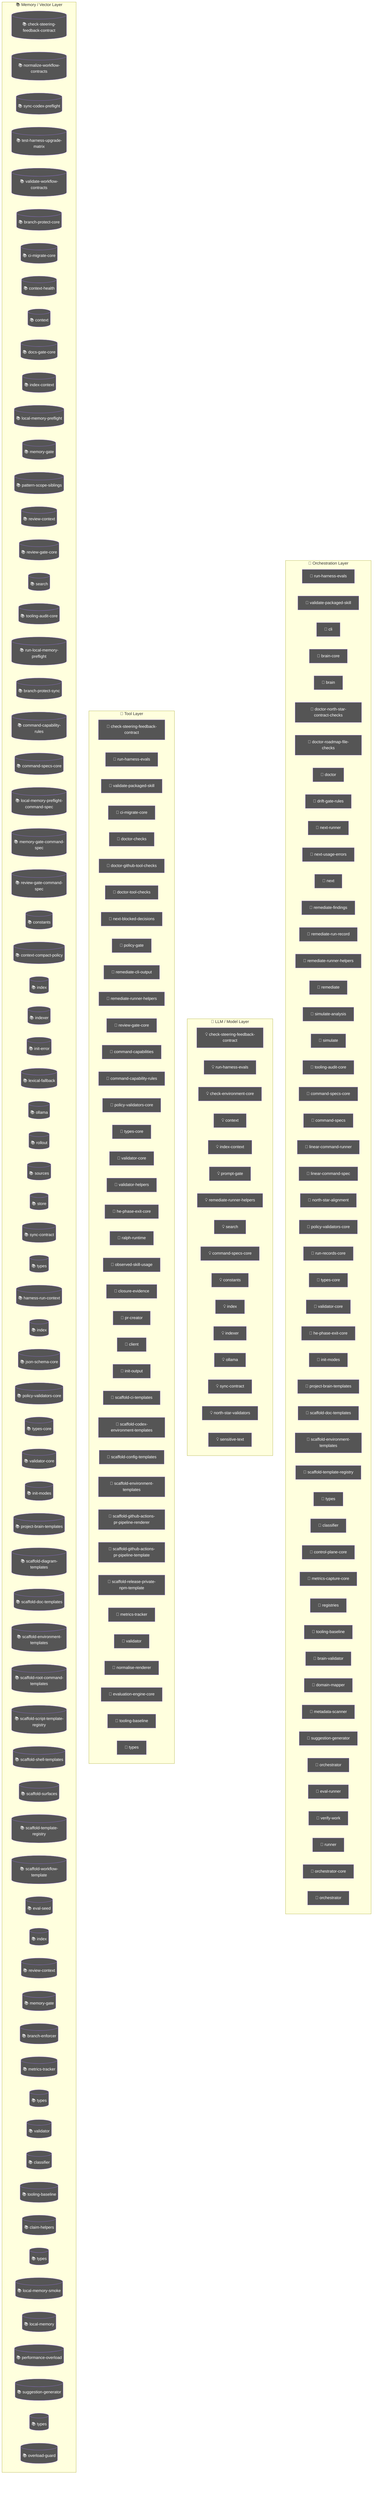
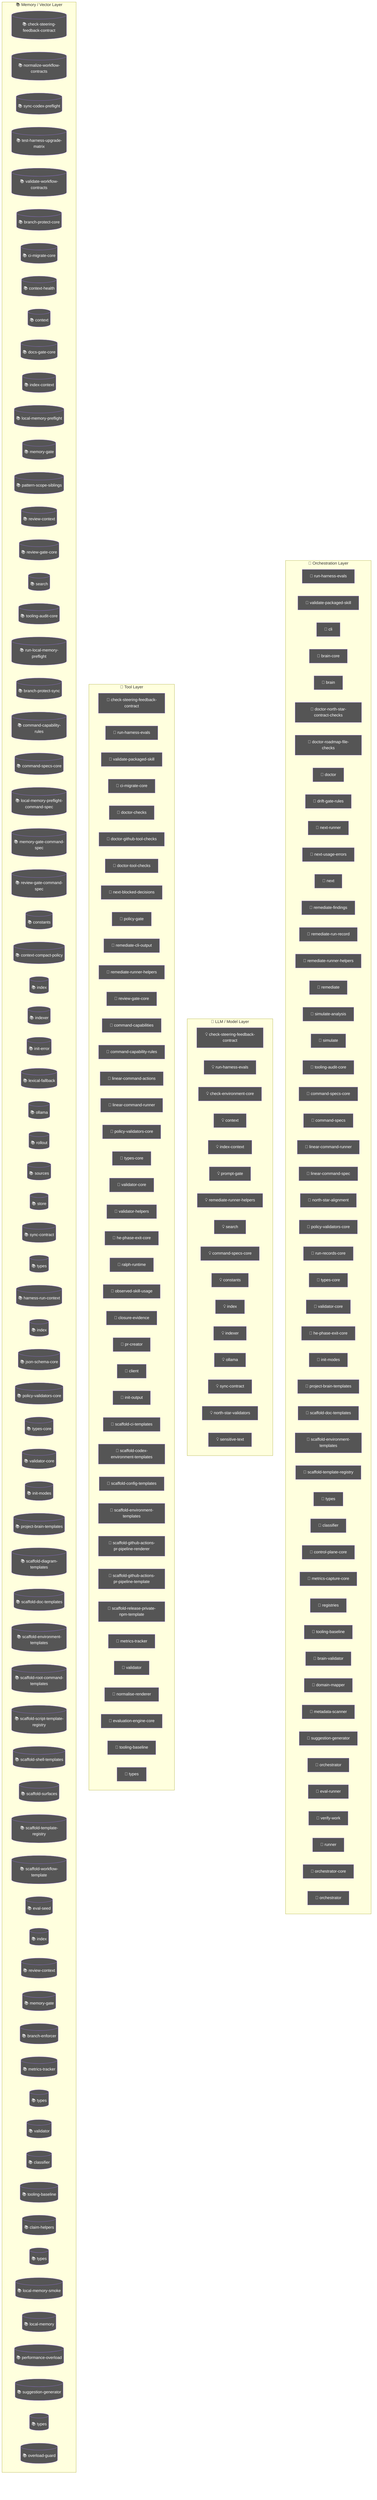
flowchart TD
  subgraph Orchestration["🎯 Orchestration Layer"]
    node_agent_mmd_orchestration_layer_orchestration_run__18817957["🤖 run-harness-evals"]
    node_agent_mmd_orchestration_layer_orchestration_vali_c01b04be["🤖 validate-packaged-skill"]
    cli_99bb8840["🤖 cli"]
    brain_core_aa07c380["🤖 brain-core"]
    brain_bbbf7a64["🤖 brain"]
    doctor_north_star_contract_checks_0048124c["🤖 doctor-north-star-contract-checks"]
    doctor_roadmap_file_checks_14447b8e["🤖 doctor-roadmap-file-checks"]
    doctor_72f4be89["🤖 doctor"]
    drift_gate_rules_9685e72d["🤖 drift-gate-rules"]
    next_runner_41643472["🤖 next-runner"]
    next_usage_errors_837a345a["🤖 next-usage-errors"]
    next_c6c1c9a9["🤖 next"]
    remediate_findings_8b09c8c6["🤖 remediate-findings"]
    remediate_run_record_9dfe5dc1["🤖 remediate-run-record"]
    node_agent_mmd_orchestration_layer_orchestration_reme_359fe98f["🤖 remediate-runner-helpers"]
    remediate_06b9c7fc["🤖 remediate"]
    simulate_analysis_164a460c["🤖 simulate-analysis"]
    simulate_b9efe395["🤖 simulate"]
    node_agent_mmd_orchestration_layer_orchestration_tool_acfe0c01["🤖 tooling-audit-core"]
    node_agent_mmd_orchestration_layer_orchestration_comm_1f8cc24c["🤖 command-specs-core"]
    command_specs_69167c63["🤖 command-specs"]
-     linear_command_runner_4a740dfc["🤖 linear-command-runner"]
+     node_agent_mmd_orchestration_layer_orchestration_line_b67affd5["🤖 linear-command-runner"]
    linear_command_spec_1e12dd44["🤖 linear-command-spec"]
    north_star_alignment_00440188["🤖 north-star-alignment"]
    node_agent_mmd_orchestration_layer_orchestration_poli_3270b55d["🤖 policy-validators-core"]
    run_records_core_89286dfa["🤖 run-records-core"]
    node_agent_mmd_orchestration_layer_orchestration_type_7cf81261["🤖 types-core"]
    node_agent_mmd_orchestration_layer_orchestration_vali_d9fe99e6["🤖 validator-core"]
    node_agent_mmd_orchestration_layer_orchestration_he_p_fc778c24["🤖 he-phase-exit-core"]
    node_agent_mmd_orchestration_layer_orchestration_init_2a9c3ecb["🤖 init-modes"]
    node_agent_mmd_orchestration_layer_orchestration_proj_6ab6f60f["🤖 project-brain-templates"]
    node_agent_mmd_orchestration_layer_orchestration_scaf_12cc07db["🤖 scaffold-doc-templates"]
    node_agent_mmd_orchestration_layer_orchestration_scaf_c9a90c2f["🤖 scaffold-environment-templates"]
    node_agent_mmd_orchestration_layer_orchestration_scaf_ff8f92f6["🤖 scaffold-template-registry"]
    types_8_f6283648["🤖 types"]
    node_agent_mmd_orchestration_layer_orchestration_clas_899b821a["🤖 classifier"]
    control_plane_core_db3b4cb2["🤖 control-plane-core"]
    metrics_capture_core_db4bf7cf["🤖 metrics-capture-core"]
    registries_06402afa["🤖 registries"]
    node_agent_mmd_orchestration_layer_orchestration_tool_cc43149f["🤖 tooling-baseline"]
    brain_validator_be251832["🤖 brain-validator"]
    domain_mapper_cd9333d2["🤖 domain-mapper"]
    metadata_scanner_6a101b66["🤖 metadata-scanner"]
    node_agent_mmd_orchestration_layer_orchestration_sugg_85c5ebe3["🤖 suggestion-generator"]
    orchestrator_11376b7e["🤖 orchestrator"]
    eval_runner_0966a6b3["🤖 eval-runner"]
    verify_work_1_cd8e7ec3["🤖 verify-work"]
    runner_527aa9f4["🤖 runner"]
    orchestrator_core_d0678b53["🤖 orchestrator-core"]
    orchestrator_1_6b7137c5["🤖 orchestrator"]
  end
  subgraph LLMLayer["🧠 LLM / Model Layer"]
    node_agent_mmd_llm_model_layer_llmlayer_check_steerin_a7dbbd2f["💡 check-steering-feedback-contract"]
    node_agent_mmd_llm_model_layer_llmlayer_run_harness_e_603fcfdc["💡 run-harness-evals"]
    check_environment_core_2c16213f["💡 check-environment-core"]
    node_agent_mmd_llm_model_layer_llmlayer_context_conte_ad2dfbd9["💡 context"]
    node_agent_mmd_llm_model_layer_llmlayer_index_context_1041bd11["💡 index-context"]
    prompt_gate_c5e9d207["💡 prompt-gate"]
    node_agent_mmd_llm_model_layer_llmlayer_remediate_run_9e3d4585["💡 remediate-runner-helpers"]
    node_agent_mmd_llm_model_layer_llmlayer_search_search_66b9a911["💡 search"]
    node_agent_mmd_llm_model_layer_llmlayer_command_specs_782af9fa["💡 command-specs-core"]
    node_agent_mmd_llm_model_layer_llmlayer_constants_con_c9bd3f6c["💡 constants"]
    node_agent_mmd_llm_model_layer_llmlayer_index_index_1_02e160ff["💡 index"]
    node_agent_mmd_llm_model_layer_llmlayer_indexer_index_4f4deef5["💡 indexer"]
    node_agent_mmd_llm_model_layer_llmlayer_ollama_ollama_968b23fa["💡 ollama"]
    node_agent_mmd_llm_model_layer_llmlayer_sync_contract_9f3cc8c1["💡 sync-contract"]
    north_star_validators_cfc926ce["💡 north-star-validators"]
    sensitive_text_7c11f760["💡 sensitive-text"]
  end
  subgraph ToolLayer["🔧 Tool Layer"]
    node_agent_mmd_tool_layer_toollayer_check_steering_fe_84ed22c2["🔧 check-steering-feedback-contract"]
    node_agent_mmd_tool_layer_toollayer_run_harness_evals_e2ee24f1["🔧 run-harness-evals"]
    node_agent_mmd_tool_layer_toollayer_validate_packaged_f6ed6f12["🔧 validate-packaged-skill"]
    node_agent_mmd_tool_layer_toollayer_ci_migrate_core_c_049f8460["🔧 ci-migrate-core"]
    doctor_checks_5a2eb2b9["🔧 doctor-checks"]
    doctor_github_tool_checks_a53b0382["🔧 doctor-github-tool-checks"]
    doctor_tool_checks_4acac51a["🔧 doctor-tool-checks"]
    next_blocked_decisions_4140ad2b["🔧 next-blocked-decisions"]
    policy_gate_213f7313["🔧 policy-gate"]
    remediate_cli_output_cc165396["🔧 remediate-cli-output"]
    node_agent_mmd_tool_layer_toollayer_remediate_runner__c003b871["🔧 remediate-runner-helpers"]
    node_agent_mmd_tool_layer_toollayer_review_gate_core__7704598b["🔧 review-gate-core"]
    command_capabilities_a4d5c71e["🔧 command-capabilities"]
    node_agent_mmd_tool_layer_toollayer_command_capabilit_e97a4615["🔧 command-capability-rules"]
+     linear_command_actions_e430f4f4["🔧 linear-command-actions"]
+     node_agent_mmd_tool_layer_toollayer_linear_command_ru_d6763748["🔧 linear-command-runner"]
    node_agent_mmd_tool_layer_toollayer_policy_validators_af136abf["🔧 policy-validators-core"]
    node_agent_mmd_tool_layer_toollayer_types_core_types__6c8319b6["🔧 types-core"]
    node_agent_mmd_tool_layer_toollayer_validator_core_va_6ef6131f["🔧 validator-core"]
    validator_helpers_7b927667["🔧 validator-helpers"]
    node_agent_mmd_tool_layer_toollayer_he_phase_exit_cor_af016160["🔧 he-phase-exit-core"]
    ralph_runtime_73d63c0e["🔧 ralph-runtime"]
    observed_skill_usage_ed7d5930["🔧 observed-skill-usage"]
    closure_evidence_aaa31467["🔧 closure-evidence"]
    pr_creator_dc6b1ea4["🔧 pr-creator"]
    client_948fe603["🔧 client"]
    init_output_360dce91["🔧 init-output"]
    scaffold_ci_templates_2afd6392["🔧 scaffold-ci-templates"]
    scaffold_codex_environment_templates_334fbbed["🔧 scaffold-codex-environment-templates"]
    scaffold_config_templates_4b80ce53["🔧 scaffold-config-templates"]
    node_agent_mmd_tool_layer_toollayer_scaffold_environm_c1afc013["🔧 scaffold-environment-templates"]
    scaffold_github_actions_pr_pipeline_renderer_1ee18de5["🔧 scaffold-github-actions-pr-pipeline-renderer"]
    scaffold_github_actions_pr_pipeline_template_e2b85f62["🔧 scaffold-github-actions-pr-pipeline-template"]
    scaffold_release_private_npm_template_075499f8["🔧 scaffold-release-private-npm-template"]
    node_agent_mmd_tool_layer_toollayer_metrics_tracker_m_4c9237d8["🔧 metrics-tracker"]
    node_agent_mmd_tool_layer_toollayer_validator_validat_96a84a52["🔧 validator"]
    normalise_renderer_85f2e563["🔧 normalise-renderer"]
    evaluation_engine_core_e054fe49["🔧 evaluation-engine-core"]
    node_agent_mmd_tool_layer_toollayer_tooling_baseline__61e66e9f["🔧 tooling-baseline"]
    types_21_5756f9dc["🔧 types"]
  end
  subgraph MemoryLayer["📚 Memory / Vector Layer"]
    node_agent_mmd_memory_vector_layer_memorylayer_check__d71f8993[("📚 check-steering-feedback-contract")]
    normalize_workflow_contracts_8701f1c8[("📚 normalize-workflow-contracts")]
    sync_codex_preflight_7e7a8dc2[("📚 sync-codex-preflight")]
    test_harness_upgrade_matrix_84113c4e[("📚 test-harness-upgrade-matrix")]
    validate_workflow_contracts_33dc063c[("📚 validate-workflow-contracts")]
    branch_protect_core_a8feb0fd[("📚 branch-protect-core")]
    node_agent_mmd_memory_vector_layer_memorylayer_ci_mig_0cd5b1a4[("📚 ci-migrate-core")]
    context_health_80bb7da9[("📚 context-health")]
    node_agent_mmd_memory_vector_layer_memorylayer_contex_78ceaaa9[("📚 context")]
    docs_gate_core_eb9b6c18[("📚 docs-gate-core")]
    node_agent_mmd_memory_vector_layer_memorylayer_index__6f3402d0[("📚 index-context")]
    local_memory_preflight_dcc36c42[("📚 local-memory-preflight")]
    memory_gate_a577a506[("📚 memory-gate")]
    pattern_scope_siblings_43abe000[("📚 pattern-scope-siblings")]
    review_context_ca6cf81d[("📚 review-context")]
    node_agent_mmd_memory_vector_layer_memorylayer_review_5bee9816[("📚 review-gate-core")]
    node_agent_mmd_memory_vector_layer_memorylayer_search_ac35cb7e[("📚 search")]
    node_agent_mmd_memory_vector_layer_memorylayer_toolin_a1185b8f[("📚 tooling-audit-core")]
    run_local_memory_preflight_36e92808[("📚 run-local-memory-preflight")]
    branch_protect_sync_570adb18[("📚 branch-protect-sync")]
    node_agent_mmd_memory_vector_layer_memorylayer_comman_c72a5d05[("📚 command-capability-rules")]
    node_agent_mmd_memory_vector_layer_memorylayer_comman_111eb454[("📚 command-specs-core")]
    local_memory_preflight_command_spec_9e23f3ce[("📚 local-memory-preflight-command-spec")]
    memory_gate_command_spec_dc9001a9[("📚 memory-gate-command-spec")]
    review_gate_command_spec_3187376a[("📚 review-gate-command-spec")]
    node_agent_mmd_memory_vector_layer_memorylayer_consta_702d3f46[("📚 constants")]
    context_compact_policy_3dcaf95d[("📚 context-compact-policy")]
    node_agent_mmd_memory_vector_layer_memorylayer_index__752bc61e[("📚 index")]
    node_agent_mmd_memory_vector_layer_memorylayer_indexe_93e6d86f[("📚 indexer")]
    init_error_5c7dd49f[("📚 init-error")]
    lexical_fallback_723e2b3e[("📚 lexical-fallback")]
    node_agent_mmd_memory_vector_layer_memorylayer_ollama_6d51be16[("📚 ollama")]
    rollout_a4fa034c[("📚 rollout")]
    sources_878a52fc[("📚 sources")]
    store_824d80d7[("📚 store")]
    node_agent_mmd_memory_vector_layer_memorylayer_sync_c_e43418bc[("📚 sync-contract")]
    types_3_9675d69b[("📚 types")]
    harness_run_context_ac7c77a9[("📚 harness-run-context")]
    index_1_faebc14e[("📚 index")]
    json_schema_core_96d7e328[("📚 json-schema-core")]
    node_agent_mmd_memory_vector_layer_memorylayer_policy_1944de42[("📚 policy-validators-core")]
    node_agent_mmd_memory_vector_layer_memorylayer_types__83f369fa[("📚 types-core")]
    node_agent_mmd_memory_vector_layer_memorylayer_valida_41034356[("📚 validator-core")]
    node_agent_mmd_memory_vector_layer_memorylayer_init_m_333d02c5[("📚 init-modes")]
    node_agent_mmd_memory_vector_layer_memorylayer_projec_3ae304d9[("📚 project-brain-templates")]
    scaffold_diagram_templates_dd88e83c[("📚 scaffold-diagram-templates")]
    node_agent_mmd_memory_vector_layer_memorylayer_scaffo_5fd73b94[("📚 scaffold-doc-templates")]
    node_agent_mmd_memory_vector_layer_memorylayer_scaffo_12b42341[("📚 scaffold-environment-templates")]
    scaffold_root_command_templates_404fed7f[("📚 scaffold-root-command-templates")]
    scaffold_script_template_registry_69312d4e[("📚 scaffold-script-template-registry")]
    scaffold_shell_templates_0ad0f915[("📚 scaffold-shell-templates")]
    scaffold_surfaces_12d6494e[("📚 scaffold-surfaces")]
    node_agent_mmd_memory_vector_layer_memorylayer_scaffo_a86eece1[("📚 scaffold-template-registry")]
    scaffold_workflow_template_92310587[("📚 scaffold-workflow-template")]
    eval_seed_5699fd3e[("📚 eval-seed")]
    index_4_013aa0e3[("📚 index")]
    review_context_1_e3afed15[("📚 review-context")]
    memory_gate_1_265164ac[("📚 memory-gate")]
    branch_enforcer_acb749cd[("📚 branch-enforcer")]
    node_agent_mmd_memory_vector_layer_memorylayer_metric_12562178[("📚 metrics-tracker")]
    types_10_75e5a4a0[("📚 types")]
    node_agent_mmd_memory_vector_layer_memorylayer_valida_1b167f63[("📚 validator")]
    node_agent_mmd_memory_vector_layer_memorylayer_classi_1ebbf5ff[("📚 classifier")]
    node_agent_mmd_memory_vector_layer_memorylayer_toolin_14f86b00[("📚 tooling-baseline")]
    claim_helpers_20dc8387[("📚 claim-helpers")]
    types_14_fe7507be[("📚 types")]
    local_memory_smoke_1175abfc[("📚 local-memory-smoke")]
    local_memory_0db17ecc[("📚 local-memory")]
    performance_overload_c685bfcf[("📚 performance-overload")]
    node_agent_mmd_memory_vector_layer_memorylayer_sugges_267f408d[("📚 suggestion-generator")]
    types_19_eb4ad5f0[("📚 types")]
    overload_guard_2748c559[("📚 overload-guard")]
  end
  classDef agentNode fill:#555,color:#fff
-   class node_agent_mmd_orchestration_layer_orchestration_run__18817957,node_agent_mmd_llm_model_layer_llmlayer_run_harness_e_603fcfdc,node_agent_mmd_tool_layer_toollayer_run_harness_evals_e2ee24f1,node_agent_mmd_orchestration_layer_orchestration_vali_c01b04be,node_agent_mmd_tool_layer_toollayer_validate_packaged_f6ed6f12,cli_99bb8840,brain_core_aa07c380,brain_bbbf7a64,doctor_north_star_contract_checks_0048124c,doctor_roadmap_file_checks_14447b8e,doctor_72f4be89,drift_gate_rules_9685e72d,next_runner_41643472,next_usage_errors_837a345a,next_c6c1c9a9,remediate_findings_8b09c8c6,remediate_run_record_9dfe5dc1,node_agent_mmd_orchestration_layer_orchestration_reme_359fe98f,node_agent_mmd_llm_model_layer_llmlayer_remediate_run_9e3d4585,node_agent_mmd_tool_layer_toollayer_remediate_runner__c003b871,remediate_06b9c7fc,simulate_analysis_164a460c,simulate_b9efe395,node_agent_mmd_orchestration_layer_orchestration_tool_acfe0c01,node_agent_mmd_memory_vector_layer_memorylayer_toolin_a1185b8f,node_agent_mmd_orchestration_layer_orchestration_comm_1f8cc24c,node_agent_mmd_llm_model_layer_llmlayer_command_specs_782af9fa,node_agent_mmd_memory_vector_layer_memorylayer_comman_111eb454,command_specs_69167c63,linear_command_runner_4a740dfc,linear_command_spec_1e12dd44,north_star_alignment_00440188,node_agent_mmd_orchestration_layer_orchestration_poli_3270b55d,node_agent_mmd_tool_layer_toollayer_policy_validators_af136abf,node_agent_mmd_memory_vector_layer_memorylayer_policy_1944de42,run_records_core_89286dfa,node_agent_mmd_orchestration_layer_orchestration_type_7cf81261,node_agent_mmd_tool_layer_toollayer_types_core_types__6c8319b6,node_agent_mmd_memory_vector_layer_memorylayer_types__83f369fa,node_agent_mmd_orchestration_layer_orchestration_vali_d9fe99e6,node_agent_mmd_tool_layer_toollayer_validator_core_va_6ef6131f,node_agent_mmd_memory_vector_layer_memorylayer_valida_41034356,node_agent_mmd_orchestration_layer_orchestration_he_p_fc778c24,node_agent_mmd_tool_layer_toollayer_he_phase_exit_cor_af016160,node_agent_mmd_orchestration_layer_orchestration_init_2a9c3ecb,node_agent_mmd_memory_vector_layer_memorylayer_init_m_333d02c5,node_agent_mmd_orchestration_layer_orchestration_proj_6ab6f60f,node_agent_mmd_memory_vector_layer_memorylayer_projec_3ae304d9,node_agent_mmd_orchestration_layer_orchestration_scaf_12cc07db,node_agent_mmd_memory_vector_layer_memorylayer_scaffo_5fd73b94,node_agent_mmd_orchestration_layer_orchestration_scaf_c9a90c2f,node_agent_mmd_tool_layer_toollayer_scaffold_environm_c1afc013,node_agent_mmd_memory_vector_layer_memorylayer_scaffo_12b42341,node_agent_mmd_orchestration_layer_orchestration_scaf_ff8f92f6,node_agent_mmd_memory_vector_layer_memorylayer_scaffo_a86eece1,types_8_f6283648,node_agent_mmd_orchestration_layer_orchestration_clas_899b821a,node_agent_mmd_memory_vector_layer_memorylayer_classi_1ebbf5ff,control_plane_core_db3b4cb2,metrics_capture_core_db4bf7cf,registries_06402afa,node_agent_mmd_orchestration_layer_orchestration_tool_cc43149f,node_agent_mmd_tool_layer_toollayer_tooling_baseline__61e66e9f,node_agent_mmd_memory_vector_layer_memorylayer_toolin_14f86b00,brain_validator_be251832,domain_mapper_cd9333d2,metadata_scanner_6a101b66,node_agent_mmd_orchestration_layer_orchestration_sugg_85c5ebe3,node_agent_mmd_memory_vector_layer_memorylayer_sugges_267f408d,orchestrator_11376b7e,eval_runner_0966a6b3,verify_work_1_cd8e7ec3,runner_527aa9f4,orchestrator_core_d0678b53,orchestrator_1_6b7137c5 agentNode
+   class node_agent_mmd_orchestration_layer_orchestration_run__18817957,node_agent_mmd_llm_model_layer_llmlayer_run_harness_e_603fcfdc,node_agent_mmd_tool_layer_toollayer_run_harness_evals_e2ee24f1,node_agent_mmd_orchestration_layer_orchestration_vali_c01b04be,node_agent_mmd_tool_layer_toollayer_validate_packaged_f6ed6f12,cli_99bb8840,brain_core_aa07c380,brain_bbbf7a64,doctor_north_star_contract_checks_0048124c,doctor_roadmap_file_checks_14447b8e,doctor_72f4be89,drift_gate_rules_9685e72d,next_runner_41643472,next_usage_errors_837a345a,next_c6c1c9a9,remediate_findings_8b09c8c6,remediate_run_record_9dfe5dc1,node_agent_mmd_orchestration_layer_orchestration_reme_359fe98f,node_agent_mmd_llm_model_layer_llmlayer_remediate_run_9e3d4585,node_agent_mmd_tool_layer_toollayer_remediate_runner__c003b871,remediate_06b9c7fc,simulate_analysis_164a460c,simulate_b9efe395,node_agent_mmd_orchestration_layer_orchestration_tool_acfe0c01,node_agent_mmd_memory_vector_layer_memorylayer_toolin_a1185b8f,node_agent_mmd_orchestration_layer_orchestration_comm_1f8cc24c,node_agent_mmd_llm_model_layer_llmlayer_command_specs_782af9fa,node_agent_mmd_memory_vector_layer_memorylayer_comman_111eb454,command_specs_69167c63,node_agent_mmd_orchestration_layer_orchestration_line_b67affd5,node_agent_mmd_tool_layer_toollayer_linear_command_ru_d6763748,linear_command_spec_1e12dd44,north_star_alignment_00440188,node_agent_mmd_orchestration_layer_orchestration_poli_3270b55d,node_agent_mmd_tool_layer_toollayer_policy_validators_af136abf,node_agent_mmd_memory_vector_layer_memorylayer_policy_1944de42,run_records_core_89286dfa,node_agent_mmd_orchestration_layer_orchestration_type_7cf81261,node_agent_mmd_tool_layer_toollayer_types_core_types__6c8319b6,node_agent_mmd_memory_vector_layer_memorylayer_types__83f369fa,node_agent_mmd_orchestration_layer_orchestration_vali_d9fe99e6,node_agent_mmd_tool_layer_toollayer_validator_core_va_6ef6131f,node_agent_mmd_memory_vector_layer_memorylayer_valida_41034356,node_agent_mmd_orchestration_layer_orchestration_he_p_fc778c24,node_agent_mmd_tool_layer_toollayer_he_phase_exit_cor_af016160,node_agent_mmd_orchestration_layer_orchestration_init_2a9c3ecb,node_agent_mmd_memory_vector_layer_memorylayer_init_m_333d02c5,node_agent_mmd_orchestration_layer_orchestration_proj_6ab6f60f,node_agent_mmd_memory_vector_layer_memorylayer_projec_3ae304d9,node_agent_mmd_orchestration_layer_orchestration_scaf_12cc07db,node_agent_mmd_memory_vector_layer_memorylayer_scaffo_5fd73b94,node_agent_mmd_orchestration_layer_orchestration_scaf_c9a90c2f,node_agent_mmd_tool_layer_toollayer_scaffold_environm_c1afc013,node_agent_mmd_memory_vector_layer_memorylayer_scaffo_12b42341,node_agent_mmd_orchestration_layer_orchestration_scaf_ff8f92f6,node_agent_mmd_memory_vector_layer_memorylayer_scaffo_a86eece1,types_8_f6283648,node_agent_mmd_orchestration_layer_orchestration_clas_899b821a,node_agent_mmd_memory_vector_layer_memorylayer_classi_1ebbf5ff,control_plane_core_db3b4cb2,metrics_capture_core_db4bf7cf,registries_06402afa,node_agent_mmd_orchestration_layer_orchestration_tool_cc43149f,node_agent_mmd_tool_layer_toollayer_tooling_baseline__61e66e9f,node_agent_mmd_memory_vector_layer_memorylayer_toolin_14f86b00,brain_validator_be251832,domain_mapper_cd9333d2,metadata_scanner_6a101b66,node_agent_mmd_orchestration_layer_orchestration_sugg_85c5ebe3,node_agent_mmd_memory_vector_layer_memorylayer_sugges_267f408d,orchestrator_11376b7e,eval_runner_0966a6b3,verify_work_1_cd8e7ec3,runner_527aa9f4,orchestrator_core_d0678b53,orchestrator_1_6b7137c5 agentNode
  classDef llmNode fill:#555,color:#fff
  class node_agent_mmd_llm_model_layer_llmlayer_check_steerin_a7dbbd2f,node_agent_mmd_tool_layer_toollayer_check_steering_fe_84ed22c2,node_agent_mmd_memory_vector_layer_memorylayer_check__d71f8993,node_agent_mmd_orchestration_layer_orchestration_run__18817957,node_agent_mmd_llm_model_layer_llmlayer_run_harness_e_603fcfdc,node_agent_mmd_tool_layer_toollayer_run_harness_evals_e2ee24f1,check_environment_core_2c16213f,node_agent_mmd_llm_model_layer_llmlayer_context_conte_ad2dfbd9,node_agent_mmd_memory_vector_layer_memorylayer_contex_78ceaaa9,node_agent_mmd_llm_model_layer_llmlayer_index_context_1041bd11,node_agent_mmd_memory_vector_layer_memorylayer_index__6f3402d0,prompt_gate_c5e9d207,node_agent_mmd_orchestration_layer_orchestration_reme_359fe98f,node_agent_mmd_llm_model_layer_llmlayer_remediate_run_9e3d4585,node_agent_mmd_tool_layer_toollayer_remediate_runner__c003b871,node_agent_mmd_llm_model_layer_llmlayer_search_search_66b9a911,node_agent_mmd_memory_vector_layer_memorylayer_search_ac35cb7e,node_agent_mmd_orchestration_layer_orchestration_comm_1f8cc24c,node_agent_mmd_llm_model_layer_llmlayer_command_specs_782af9fa,node_agent_mmd_memory_vector_layer_memorylayer_comman_111eb454,node_agent_mmd_llm_model_layer_llmlayer_constants_con_c9bd3f6c,node_agent_mmd_memory_vector_layer_memorylayer_consta_702d3f46,node_agent_mmd_llm_model_layer_llmlayer_index_index_1_02e160ff,node_agent_mmd_memory_vector_layer_memorylayer_index__752bc61e,node_agent_mmd_llm_model_layer_llmlayer_indexer_index_4f4deef5,node_agent_mmd_memory_vector_layer_memorylayer_indexe_93e6d86f,node_agent_mmd_llm_model_layer_llmlayer_ollama_ollama_968b23fa,node_agent_mmd_memory_vector_layer_memorylayer_ollama_6d51be16,node_agent_mmd_llm_model_layer_llmlayer_sync_contract_9f3cc8c1,node_agent_mmd_memory_vector_layer_memorylayer_sync_c_e43418bc,north_star_validators_cfc926ce,sensitive_text_7c11f760 llmNode
  classDef toolNode fill:#555,color:#fff
-   class node_agent_mmd_llm_model_layer_llmlayer_check_steerin_a7dbbd2f,node_agent_mmd_tool_layer_toollayer_check_steering_fe_84ed22c2,node_agent_mmd_memory_vector_layer_memorylayer_check__d71f8993,node_agent_mmd_orchestration_layer_orchestration_run__18817957,node_agent_mmd_llm_model_layer_llmlayer_run_harness_e_603fcfdc,node_agent_mmd_tool_layer_toollayer_run_harness_evals_e2ee24f1,node_agent_mmd_orchestration_layer_orchestration_vali_c01b04be,node_agent_mmd_tool_layer_toollayer_validate_packaged_f6ed6f12,node_agent_mmd_tool_layer_toollayer_ci_migrate_core_c_049f8460,node_agent_mmd_memory_vector_layer_memorylayer_ci_mig_0cd5b1a4,doctor_checks_5a2eb2b9,doctor_github_tool_checks_a53b0382,doctor_tool_checks_4acac51a,next_blocked_decisions_4140ad2b,policy_gate_213f7313,remediate_cli_output_cc165396,node_agent_mmd_orchestration_layer_orchestration_reme_359fe98f,node_agent_mmd_llm_model_layer_llmlayer_remediate_run_9e3d4585,node_agent_mmd_tool_layer_toollayer_remediate_runner__c003b871,node_agent_mmd_tool_layer_toollayer_review_gate_core__7704598b,node_agent_mmd_memory_vector_layer_memorylayer_review_5bee9816,command_capabilities_a4d5c71e,node_agent_mmd_tool_layer_toollayer_command_capabilit_e97a4615,node_agent_mmd_memory_vector_layer_memorylayer_comman_c72a5d05,node_agent_mmd_orchestration_layer_orchestration_poli_3270b55d,node_agent_mmd_tool_layer_toollayer_policy_validators_af136abf,node_agent_mmd_memory_vector_layer_memorylayer_policy_1944de42,node_agent_mmd_orchestration_layer_orchestration_type_7cf81261,node_agent_mmd_tool_layer_toollayer_types_core_types__6c8319b6,node_agent_mmd_memory_vector_layer_memorylayer_types__83f369fa,node_agent_mmd_orchestration_layer_orchestration_vali_d9fe99e6,node_agent_mmd_tool_layer_toollayer_validator_core_va_6ef6131f,node_agent_mmd_memory_vector_layer_memorylayer_valida_41034356,validator_helpers_7b927667,node_agent_mmd_orchestration_layer_orchestration_he_p_fc778c24,node_agent_mmd_tool_layer_toollayer_he_phase_exit_cor_af016160,ralph_runtime_73d63c0e,observed_skill_usage_ed7d5930,closure_evidence_aaa31467,pr_creator_dc6b1ea4,client_948fe603,init_output_360dce91,scaffold_ci_templates_2afd6392,scaffold_codex_environment_templates_334fbbed,scaffold_config_templates_4b80ce53,node_agent_mmd_orchestration_layer_orchestration_scaf_c9a90c2f,node_agent_mmd_tool_layer_toollayer_scaffold_environm_c1afc013,node_agent_mmd_memory_vector_layer_memorylayer_scaffo_12b42341,scaffold_github_actions_pr_pipeline_renderer_1ee18de5,scaffold_github_actions_pr_pipeline_template_e2b85f62,scaffold_release_private_npm_template_075499f8,node_agent_mmd_tool_layer_toollayer_metrics_tracker_m_4c9237d8,node_agent_mmd_memory_vector_layer_memorylayer_metric_12562178,node_agent_mmd_tool_layer_toollayer_validator_validat_96a84a52,node_agent_mmd_memory_vector_layer_memorylayer_valida_1b167f63,normalise_renderer_85f2e563,evaluation_engine_core_e054fe49,node_agent_mmd_orchestration_layer_orchestration_tool_cc43149f,node_agent_mmd_tool_layer_toollayer_tooling_baseline__61e66e9f,node_agent_mmd_memory_vector_layer_memorylayer_toolin_14f86b00,types_21_5756f9dc toolNode
+   class node_agent_mmd_llm_model_layer_llmlayer_check_steerin_a7dbbd2f,node_agent_mmd_tool_layer_toollayer_check_steering_fe_84ed22c2,node_agent_mmd_memory_vector_layer_memorylayer_check__d71f8993,node_agent_mmd_orchestration_layer_orchestration_run__18817957,node_agent_mmd_llm_model_layer_llmlayer_run_harness_e_603fcfdc,node_agent_mmd_tool_layer_toollayer_run_harness_evals_e2ee24f1,node_agent_mmd_orchestration_layer_orchestration_vali_c01b04be,node_agent_mmd_tool_layer_toollayer_validate_packaged_f6ed6f12,node_agent_mmd_tool_layer_toollayer_ci_migrate_core_c_049f8460,node_agent_mmd_memory_vector_layer_memorylayer_ci_mig_0cd5b1a4,doctor_checks_5a2eb2b9,doctor_github_tool_checks_a53b0382,doctor_tool_checks_4acac51a,next_blocked_decisions_4140ad2b,policy_gate_213f7313,remediate_cli_output_cc165396,node_agent_mmd_orchestration_layer_orchestration_reme_359fe98f,node_agent_mmd_llm_model_layer_llmlayer_remediate_run_9e3d4585,node_agent_mmd_tool_layer_toollayer_remediate_runner__c003b871,node_agent_mmd_tool_layer_toollayer_review_gate_core__7704598b,node_agent_mmd_memory_vector_layer_memorylayer_review_5bee9816,command_capabilities_a4d5c71e,node_agent_mmd_tool_layer_toollayer_command_capabilit_e97a4615,node_agent_mmd_memory_vector_layer_memorylayer_comman_c72a5d05,linear_command_actions_e430f4f4,node_agent_mmd_orchestration_layer_orchestration_line_b67affd5,node_agent_mmd_tool_layer_toollayer_linear_command_ru_d6763748,node_agent_mmd_orchestration_layer_orchestration_poli_3270b55d,node_agent_mmd_tool_layer_toollayer_policy_validators_af136abf,node_agent_mmd_memory_vector_layer_memorylayer_policy_1944de42,node_agent_mmd_orchestration_layer_orchestration_type_7cf81261,node_agent_mmd_tool_layer_toollayer_types_core_types__6c8319b6,node_agent_mmd_memory_vector_layer_memorylayer_types__83f369fa,node_agent_mmd_orchestration_layer_orchestration_vali_d9fe99e6,node_agent_mmd_tool_layer_toollayer_validator_core_va_6ef6131f,node_agent_mmd_memory_vector_layer_memorylayer_valida_41034356,validator_helpers_7b927667,node_agent_mmd_orchestration_layer_orchestration_he_p_fc778c24,node_agent_mmd_tool_layer_toollayer_he_phase_exit_cor_af016160,ralph_runtime_73d63c0e,observed_skill_usage_ed7d5930,closure_evidence_aaa31467,pr_creator_dc6b1ea4,client_948fe603,init_output_360dce91,scaffold_ci_templates_2afd6392,scaffold_codex_environment_templates_334fbbed,scaffold_config_templates_4b80ce53,node_agent_mmd_orchestration_layer_orchestration_scaf_c9a90c2f,node_agent_mmd_tool_layer_toollayer_scaffold_environm_c1afc013,node_agent_mmd_memory_vector_layer_memorylayer_scaffo_12b42341,scaffold_github_actions_pr_pipeline_renderer_1ee18de5,scaffold_github_actions_pr_pipeline_template_e2b85f62,scaffold_release_private_npm_template_075499f8,node_agent_mmd_tool_layer_toollayer_metrics_tracker_m_4c9237d8,node_agent_mmd_memory_vector_layer_memorylayer_metric_12562178,node_agent_mmd_tool_layer_toollayer_validator_validat_96a84a52,node_agent_mmd_memory_vector_layer_memorylayer_valida_1b167f63,normalise_renderer_85f2e563,evaluation_engine_core_e054fe49,node_agent_mmd_orchestration_layer_orchestration_tool_cc43149f,node_agent_mmd_tool_layer_toollayer_tooling_baseline__61e66e9f,node_agent_mmd_memory_vector_layer_memorylayer_toolin_14f86b00,types_21_5756f9dc toolNode
  classDef memNode fill:#555,color:#fff
  class node_agent_mmd_llm_model_layer_llmlayer_check_steerin_a7dbbd2f,node_agent_mmd_tool_layer_toollayer_check_steering_fe_84ed22c2,node_agent_mmd_memory_vector_layer_memorylayer_check__d71f8993,normalize_workflow_contracts_8701f1c8,sync_codex_preflight_7e7a8dc2,test_harness_upgrade_matrix_84113c4e,validate_workflow_contracts_33dc063c,branch_protect_core_a8feb0fd,node_agent_mmd_tool_layer_toollayer_ci_migrate_core_c_049f8460,node_agent_mmd_memory_vector_layer_memorylayer_ci_mig_0cd5b1a4,context_health_80bb7da9,node_agent_mmd_llm_model_layer_llmlayer_context_conte_ad2dfbd9,node_agent_mmd_memory_vector_layer_memorylayer_contex_78ceaaa9,docs_gate_core_eb9b6c18,node_agent_mmd_llm_model_layer_llmlayer_index_context_1041bd11,node_agent_mmd_memory_vector_layer_memorylayer_index__6f3402d0,local_memory_preflight_dcc36c42,memory_gate_a577a506,pattern_scope_siblings_43abe000,review_context_ca6cf81d,node_agent_mmd_tool_layer_toollayer_review_gate_core__7704598b,node_agent_mmd_memory_vector_layer_memorylayer_review_5bee9816,node_agent_mmd_llm_model_layer_llmlayer_search_search_66b9a911,node_agent_mmd_memory_vector_layer_memorylayer_search_ac35cb7e,node_agent_mmd_orchestration_layer_orchestration_tool_acfe0c01,node_agent_mmd_memory_vector_layer_memorylayer_toolin_a1185b8f,run_local_memory_preflight_36e92808,branch_protect_sync_570adb18,node_agent_mmd_tool_layer_toollayer_command_capabilit_e97a4615,node_agent_mmd_memory_vector_layer_memorylayer_comman_c72a5d05,node_agent_mmd_orchestration_layer_orchestration_comm_1f8cc24c,node_agent_mmd_llm_model_layer_llmlayer_command_specs_782af9fa,node_agent_mmd_memory_vector_layer_memorylayer_comman_111eb454,local_memory_preflight_command_spec_9e23f3ce,memory_gate_command_spec_dc9001a9,review_gate_command_spec_3187376a,node_agent_mmd_llm_model_layer_llmlayer_constants_con_c9bd3f6c,node_agent_mmd_memory_vector_layer_memorylayer_consta_702d3f46,context_compact_policy_3dcaf95d,node_agent_mmd_llm_model_layer_llmlayer_index_index_1_02e160ff,node_agent_mmd_memory_vector_layer_memorylayer_index__752bc61e,node_agent_mmd_llm_model_layer_llmlayer_indexer_index_4f4deef5,node_agent_mmd_memory_vector_layer_memorylayer_indexe_93e6d86f,init_error_5c7dd49f,lexical_fallback_723e2b3e,node_agent_mmd_llm_model_layer_llmlayer_ollama_ollama_968b23fa,node_agent_mmd_memory_vector_layer_memorylayer_ollama_6d51be16,rollout_a4fa034c,sources_878a52fc,store_824d80d7,node_agent_mmd_llm_model_layer_llmlayer_sync_contract_9f3cc8c1,node_agent_mmd_memory_vector_layer_memorylayer_sync_c_e43418bc,types_3_9675d69b,harness_run_context_ac7c77a9,index_1_faebc14e,json_schema_core_96d7e328,node_agent_mmd_orchestration_layer_orchestration_poli_3270b55d,node_agent_mmd_tool_layer_toollayer_policy_validators_af136abf,node_agent_mmd_memory_vector_layer_memorylayer_policy_1944de42,node_agent_mmd_orchestration_layer_orchestration_type_7cf81261,node_agent_mmd_tool_layer_toollayer_types_core_types__6c8319b6,node_agent_mmd_memory_vector_layer_memorylayer_types__83f369fa,node_agent_mmd_orchestration_layer_orchestration_vali_d9fe99e6,node_agent_mmd_tool_layer_toollayer_validator_core_va_6ef6131f,node_agent_mmd_memory_vector_layer_memorylayer_valida_41034356,node_agent_mmd_orchestration_layer_orchestration_init_2a9c3ecb,node_agent_mmd_memory_vector_layer_memorylayer_init_m_333d02c5,node_agent_mmd_orchestration_layer_orchestration_proj_6ab6f60f,node_agent_mmd_memory_vector_layer_memorylayer_projec_3ae304d9,scaffold_diagram_templates_dd88e83c,node_agent_mmd_orchestration_layer_orchestration_scaf_12cc07db,node_agent_mmd_memory_vector_layer_memorylayer_scaffo_5fd73b94,node_agent_mmd_orchestration_layer_orchestration_scaf_c9a90c2f,node_agent_mmd_tool_layer_toollayer_scaffold_environm_c1afc013,node_agent_mmd_memory_vector_layer_memorylayer_scaffo_12b42341,scaffold_root_command_templates_404fed7f,scaffold_script_template_registry_69312d4e,scaffold_shell_templates_0ad0f915,scaffold_surfaces_12d6494e,node_agent_mmd_orchestration_layer_orchestration_scaf_ff8f92f6,node_agent_mmd_memory_vector_layer_memorylayer_scaffo_a86eece1,scaffold_workflow_template_92310587,eval_seed_5699fd3e,index_4_013aa0e3,review_context_1_e3afed15,memory_gate_1_265164ac,branch_enforcer_acb749cd,node_agent_mmd_tool_layer_toollayer_metrics_tracker_m_4c9237d8,node_agent_mmd_memory_vector_layer_memorylayer_metric_12562178,types_10_75e5a4a0,node_agent_mmd_tool_layer_toollayer_validator_validat_96a84a52,node_agent_mmd_memory_vector_layer_memorylayer_valida_1b167f63,node_agent_mmd_orchestration_layer_orchestration_clas_899b821a,node_agent_mmd_memory_vector_layer_memorylayer_classi_1ebbf5ff,node_agent_mmd_orchestration_layer_orchestration_tool_cc43149f,node_agent_mmd_tool_layer_toollayer_tooling_baseline__61e66e9f,node_agent_mmd_memory_vector_layer_memorylayer_toolin_14f86b00,claim_helpers_20dc8387,types_14_fe7507be,local_memory_smoke_1175abfc,local_memory_0db17ecc,performance_overload_c685bfcf,node_agent_mmd_orchestration_layer_orchestration_sugg_85c5ebe3,node_agent_mmd_memory_vector_layer_memorylayer_sugges_267f408d,types_19_eb4ad5f0,overload_guard_2748c559 memNode
